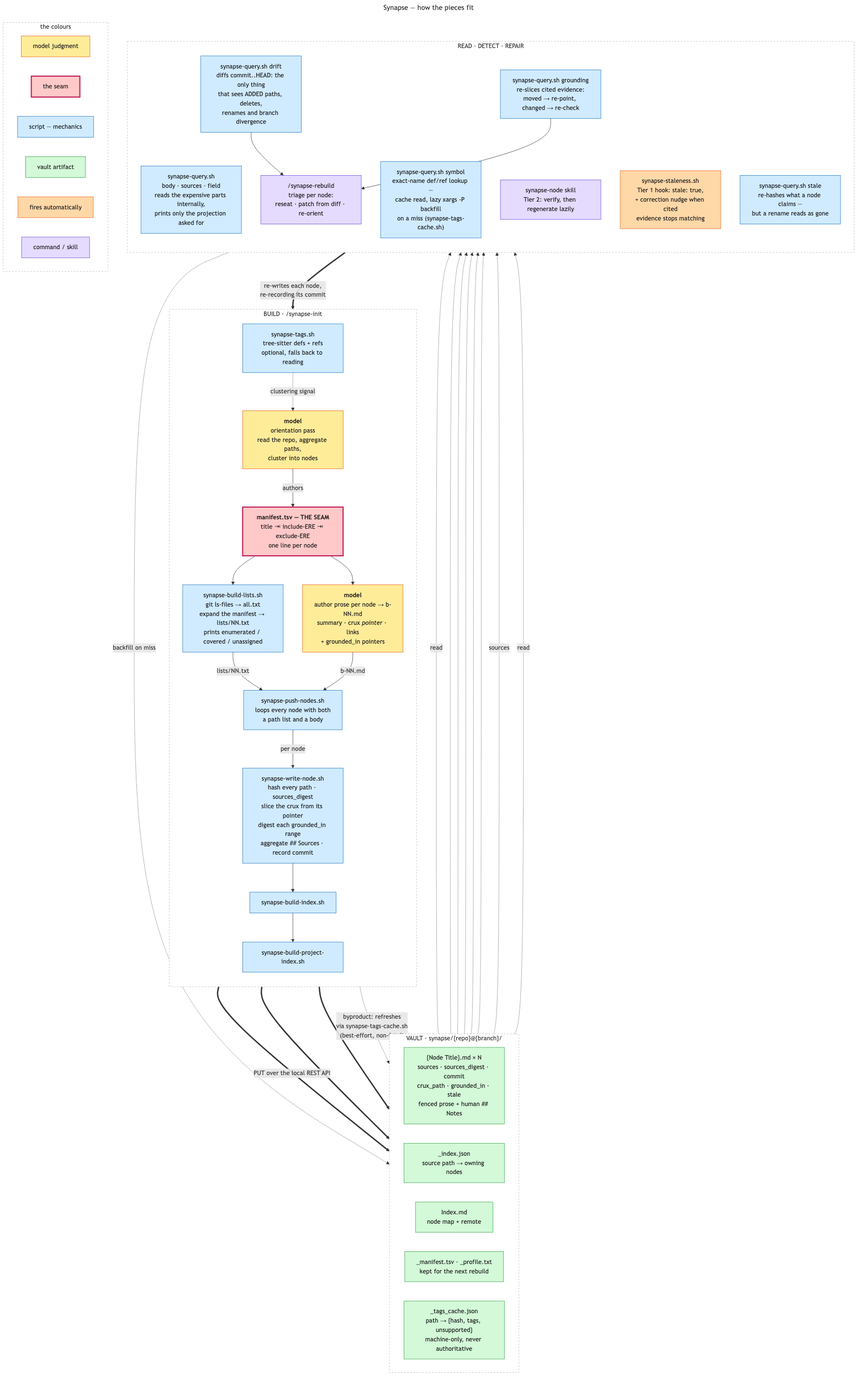
This is docs/diagrams/synapse-pipeline.png from imunitic/second-brain-setup, a Mermaid export, as it was before one commit. Its source is kept beside it as docs/diagrams/synapse-pipeline.mmd.
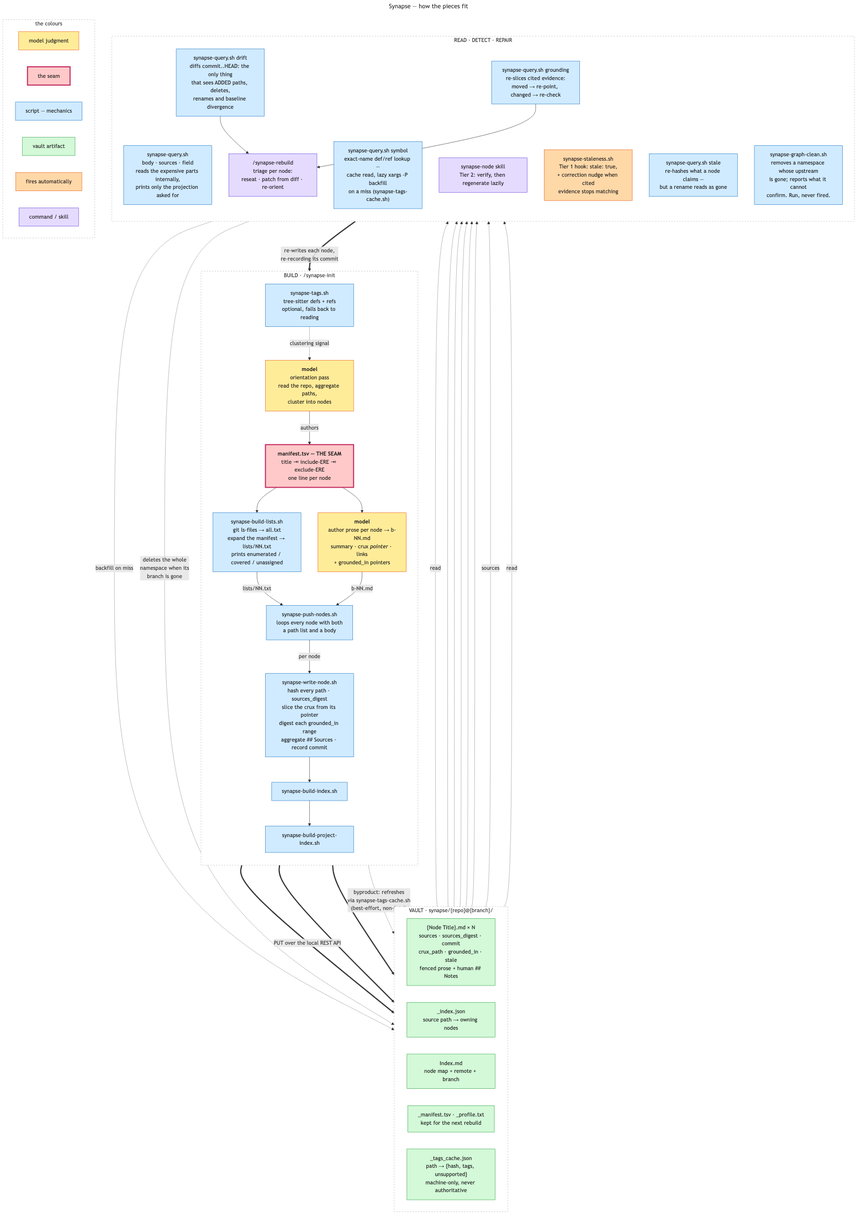
The same diagram one commit later.

Commit message:
docs(graph): document namespace keying and end-of-life

The edit, as a diff of the source:
```diff
@@ -35,7 +35,7 @@
         direction LR
         NODE["{Node Title}.md × N<br/>sources · sources_digest · commit<br/>crux_path · grounded_in · stale<br/>fenced prose + human ## Notes"]
         JSON["_index.json<br/>source path → owning nodes"]
-        INDEX["Index.md<br/>node map + remote"]
+        INDEX["Index.md<br/>node map + remote + branch"]
         AUX["_manifest.tsv · _profile.txt<br/>kept for the next rebuild"]
         TAGSCACHE["_tags_cache.json<br/>path → {hash, tags, unsupported}<br/>machine-only, never authoritative"]
     end
@@ -52,9 +52,10 @@
         NODESKILL["synapse-node skill<br/>Tier 2: verify, then regenerate lazily"]
         STALE1["synapse-staleness.sh<br/>Tier 1 hook: stale: true,<br/>+ correction nudge when cited<br/>evidence stops matching"]
         STALE2["synapse-query.sh stale<br/>re-hashes what a node claims —<br/>but a rename reads as gone"]
-        DRIFT["synapse-query.sh drift<br/>diffs commit..HEAD: the only thing<br/>that sees ADDED paths, deletes,<br/>renames and branch divergence"]
+        DRIFT["synapse-query.sh drift<br/>diffs commit..HEAD: the only thing<br/>that sees ADDED paths, deletes,<br/>renames and baseline divergence"]
         GROUND["synapse-query.sh grounding<br/>re-slices cited evidence:<br/>moved → re-point, changed → re-check"]
         REBUILD["/synapse-rebuild<br/>triage per node:<br/>reseat · patch from diff · re-orient"]
+        CLEAN["synapse-graph-clean.sh<br/>removes a namespace whose upstream<br/>is gone; reports what it cannot<br/>confirm. Run, never fired."]
 
         DRIFT --> REBUILD
         GROUND --> REBUILD
@@ -70,10 +71,11 @@
     TAGSCACHE -.->|"read"| SYMBOL
     SYMBOL -.->|"backfill on miss"| TAGSCACHE
     REBUILD ==>|"re-writes each node,<br/>re-recording its commit"| WRITE
+    CLEAN -.->|"deletes the whole<br/>namespace when its<br/>branch is gone"| NODE
 
     class ORIENT,PROSE model
     class MANIFEST seam
-    class LISTS,PUSH,WRITE,IDX,PIDX,TAGS,QUERY,SYMBOL,STALE2,DRIFT,GROUND script
+    class LISTS,PUSH,WRITE,IDX,PIDX,TAGS,QUERY,SYMBOL,STALE2,DRIFT,GROUND,CLEAN script
     class NODE,JSON,INDEX,AUX,TAGSCACHE vault
     class STALE1 hook
     class REBUILD,NODESKILL cmd
```
